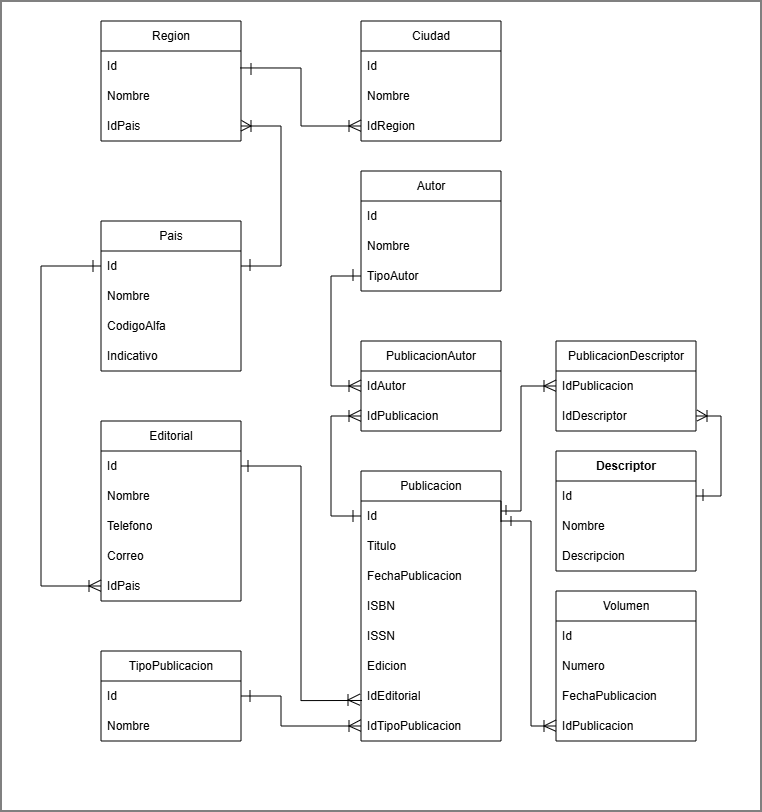
Above: Modelo Relacional.png in hollmer124-rgb/Sistema-de-Informacion-Bibliografica (draw.io), before the change. Source tidied: cells renumbered, new cells last; positions are measured from the earlier drawing's top-left corner, leaving out a move shared by most shapes.
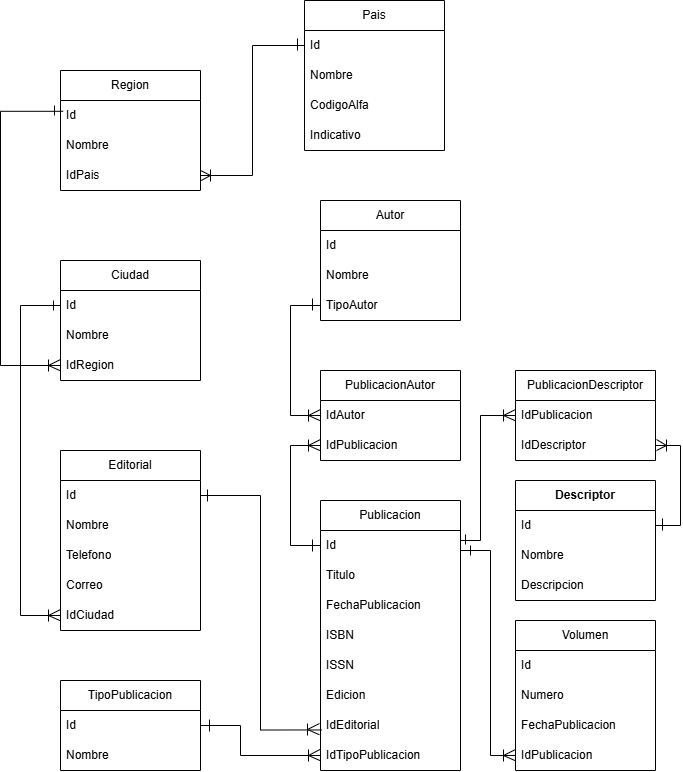
After the change.

What changed in the source:
```diff
@@ -73,11 +73,11 @@
     <mxCell id="21" value="Correo" style="text;strokeColor=none;fillColor=none;align=left;verticalAlign=middle;spacingLeft=4;spacingRight=4;overflow=hidden;whiteSpace=wrap;html=1;" parent="17" vertex="1">
       <mxGeometry y="120" width="140" height="30" as="geometry" />
     </mxCell>
-    <mxCell id="22" value="IdPais" style="text;strokeColor=none;fillColor=none;align=left;verticalAlign=middle;spacingLeft=4;spacingRight=4;overflow=hidden;points=[[0,0.5],[1,0.5]];portConstraint=eastwest;whiteSpace=wrap;html=1;" parent="17" vertex="1">
+    <mxCell id="22" value="IdCiudad" style="text;strokeColor=none;fillColor=none;align=left;verticalAlign=middle;spacingLeft=4;spacingRight=4;overflow=hidden;points=[[0,0.5],[1,0.5]];portConstraint=eastwest;whiteSpace=wrap;html=1;" parent="17" vertex="1">
       <mxGeometry y="150" width="140" height="30" as="geometry" />
     </mxCell>
     <mxCell id="23" value="Pais" style="swimlane;fontStyle=0;horizontal=1;startSize=30;whiteSpace=wrap;html=1;" parent="1" vertex="1">
-      <mxGeometry x="100" y="220" width="140" height="150" as="geometry" />
+      <mxGeometry x="344" y="-30" width="140" height="150" as="geometry" />
     </mxCell>
     <mxCell id="24" value="Id" style="text;strokeColor=none;fillColor=none;align=left;verticalAlign=middle;spacingLeft=4;spacingRight=4;overflow=hidden;points=[[0,0.5],[1,0.5]];portConstraint=eastwest;whiteSpace=wrap;html=1;" parent="23" vertex="1">
       <mxGeometry y="30" width="140" height="30" as="geometry" />
@@ -92,7 +92,7 @@
       <mxGeometry y="120" width="140" height="30" as="geometry" />
     </mxCell>
     <mxCell id="28" value="Region" style="swimlane;fontStyle=0;horizontal=1;startSize=30;whiteSpace=wrap;html=1;" parent="1" vertex="1">
-      <mxGeometry x="100" y="20" width="140" height="120" as="geometry" />
+      <mxGeometry x="100" y="40" width="140" height="120" as="geometry" />
     </mxCell>
     <mxCell id="29" value="Id" style="text;strokeColor=none;fillColor=none;align=left;verticalAlign=middle;spacingLeft=4;spacingRight=4;overflow=hidden;points=[[0,0.5],[1,0.5]];portConstraint=eastwest;whiteSpace=wrap;html=1;" parent="28" vertex="1">
       <mxGeometry y="30" width="140" height="30" as="geometry" />
@@ -103,8 +103,16 @@
     <mxCell id="31" value="IdPais" style="text;strokeColor=none;fillColor=none;align=left;verticalAlign=middle;spacingLeft=4;spacingRight=4;overflow=hidden;points=[[0,0.5],[1,0.5]];portConstraint=eastwest;whiteSpace=wrap;html=1;" parent="28" vertex="1">
       <mxGeometry y="90" width="140" height="30" as="geometry" />
     </mxCell>
+    <mxCell id="94" style="endArrow=none;html=1;rounded=0;entryX=1.003;entryY=0.338;entryDx=0;entryDy=0;entryPerimeter=0;" parent="28" edge="1" target="31">
+      <mxGeometry relative="1" as="geometry">
+        <mxPoint x="140.7" y="110" as="sourcePoint" />
+        <Array as="points">
+          <mxPoint x="150" y="105" />
+        </Array>
+      </mxGeometry>
+    </mxCell>
     <mxCell id="32" value="Ciudad" style="swimlane;fontStyle=0;horizontal=1;startSize=30;whiteSpace=wrap;html=1;" parent="1" vertex="1">
-      <mxGeometry x="360" y="20" width="140" height="120" as="geometry" />
+      <mxGeometry x="100" y="230" width="140" height="120" as="geometry" />
     </mxCell>
     <mxCell id="33" value="Id" style="text;strokeColor=none;fillColor=none;align=left;verticalAlign=middle;spacingLeft=4;spacingRight=4;overflow=hidden;points=[[0,0.5],[1,0.5]];portConstraint=eastwest;whiteSpace=wrap;html=1;" parent="32" vertex="1">
       <mxGeometry y="30" width="140" height="30" as="geometry" />
@@ -218,20 +226,6 @@
         <mxPoint x="347" y="693" as="targetPoint" />
       </mxGeometry>
     </mxCell>
-    <mxCell id="61" style="endArrow=none;html=1;rounded=0;entryX=0;entryY=0.5;entryDx=0;entryDy=0;exitX=0;exitY=0.5;exitDx=0;exitDy=0;edgeStyle=orthogonalEdgeStyle;" parent="1" edge="1" source="22" target="24">
-      <mxGeometry relative="1" as="geometry">
-        <Array as="points">
-          <mxPoint x="40" y="585" />
-          <mxPoint x="40" y="265" />
-        </Array>
-      </mxGeometry>
-    </mxCell>
-    <mxCell id="62" style="endArrow=none;html=1;rounded=0;" parent="1" edge="1">
-      <mxGeometry relative="1" as="geometry">
-        <mxPoint x="92" y="271" as="sourcePoint" />
-        <mxPoint x="92" y="259" as="targetPoint" />
-      </mxGeometry>
-    </mxCell>
     <mxCell id="63" style="endArrow=none;html=1;rounded=0;entryX=-0.001;entryY=0.292;entryDx=0;entryDy=0;entryPerimeter=0;" parent="1" edge="1">
       <mxGeometry relative="1" as="geometry">
         <mxPoint x="99.9" y="590.2" as="sourcePoint" />
@@ -247,58 +241,6 @@
         <mxPoint x="88" y="579" as="targetPoint" />
       </mxGeometry>
     </mxCell>
-    <mxCell id="65" style="endArrow=none;html=1;rounded=0;entryX=1;entryY=0.5;entryDx=0;entryDy=0;exitX=1;exitY=0.5;exitDx=0;exitDy=0;edgeStyle=orthogonalEdgeStyle;" parent="1" edge="1" source="24" target="31">
-      <mxGeometry relative="1" as="geometry">
-        <Array as="points">
-          <mxPoint x="280" y="265" />
-          <mxPoint x="280" y="125" />
-        </Array>
-      </mxGeometry>
-    </mxCell>
-    <mxCell id="66" style="endArrow=none;html=1;rounded=0;" parent="1" edge="1">
-      <mxGeometry relative="1" as="geometry">
-        <mxPoint x="249" y="270" as="sourcePoint" />
-        <mxPoint x="249" y="258" as="targetPoint" />
-      </mxGeometry>
-    </mxCell>
-    <mxCell id="67" style="endArrow=none;html=1;rounded=0;" parent="1" edge="1">
-      <mxGeometry relative="1" as="geometry">
-        <mxPoint x="250" y="131" as="sourcePoint" />
-        <mxPoint x="250" y="119" as="targetPoint" />
-      </mxGeometry>
-    </mxCell>
-    <mxCell id="68" style="endArrow=none;html=1;rounded=0;entryX=1.003;entryY=0.313;entryDx=0;entryDy=0;entryPerimeter=0;" parent="1" edge="1" target="31">
-      <mxGeometry relative="1" as="geometry">
-        <mxPoint x="240" y="130" as="sourcePoint" />
-        <Array as="points">
-          <mxPoint x="250" y="125" />
-        </Array>
-      </mxGeometry>
-    </mxCell>
-    <mxCell id="69" style="endArrow=none;html=1;rounded=0;exitX=0.995;exitY=0.565;exitDx=0;exitDy=0;exitPerimeter=0;entryX=0;entryY=0.5;entryDx=0;entryDy=0;entryPerimeter=0;edgeStyle=orthogonalEdgeStyle;" parent="1" edge="1" source="29" target="35">
-      <mxGeometry relative="1" as="geometry" />
-    </mxCell>
-    <mxCell id="70" style="endArrow=none;html=1;rounded=0;" parent="1" edge="1">
-      <mxGeometry relative="1" as="geometry">
-        <mxPoint x="250" y="74" as="sourcePoint" />
-        <mxPoint x="250" y="62" as="targetPoint" />
-      </mxGeometry>
-    </mxCell>
-    <mxCell id="71" style="endArrow=none;html=1;rounded=0;entryX=-0.001;entryY=0.292;entryDx=0;entryDy=0;entryPerimeter=0;" parent="1" edge="1">
-      <mxGeometry relative="1" as="geometry">
-        <mxPoint x="359.9" y="130.2" as="sourcePoint" />
-        <mxPoint x="360" y="119" as="targetPoint" />
-        <Array as="points">
-          <mxPoint x="348" y="125" />
-        </Array>
-      </mxGeometry>
-    </mxCell>
-    <mxCell id="72" style="endArrow=none;html=1;rounded=0;" parent="1" edge="1">
-      <mxGeometry relative="1" as="geometry">
-        <mxPoint x="348" y="131" as="sourcePoint" />
-        <mxPoint x="348" y="119" as="targetPoint" />
-      </mxGeometry>
-    </mxCell>
     <mxCell id="73" style="endArrow=none;html=1;rounded=0;entryX=0;entryY=0.5;entryDx=0;entryDy=0;exitX=0;exitY=0.5;exitDx=0;exitDy=0;edgeStyle=orthogonalEdgeStyle;" parent="1" edge="1" source="3" target="50">
       <mxGeometry relative="1" as="geometry">
         <Array as="points">
@@ -443,8 +385,63 @@
         <mxPoint x="543" y="719" as="targetPoint" />
       </mxGeometry>
     </mxCell>
-    <mxCell id="93" style="rounded=0;whiteSpace=wrap;html=1;fillColor=none;" parent="1" vertex="1">
-      <mxGeometry width="760" height="810" as="geometry" />
-    </mxCell>
+    <mxCell id="95" style="endArrow=none;html=1;rounded=0;entryX=0;entryY=0.5;entryDx=0;entryDy=0;exitX=0;exitY=0.5;exitDx=0;exitDy=0;edgeStyle=orthogonalEdgeStyle;" parent="1" edge="1" source="22" target="33">
+      <mxGeometry relative="1" as="geometry">
+        <Array as="points">
+          <mxPoint x="60" y="585.2" />
+          <mxPoint x="60" y="274.9" />
+        </Array>
+      </mxGeometry>
+    </mxCell>
+    <mxCell id="96" style="endArrow=none;html=1;rounded=0;" parent="1" edge="1">
+      <mxGeometry relative="1" as="geometry">
+        <mxPoint x="93" y="280" as="sourcePoint" />
+        <mxPoint x="93" y="270" as="targetPoint" />
+      </mxGeometry>
+    </mxCell>
+    <mxCell id="97" style="endArrow=none;html=1;rounded=0;entryX=0;entryY=0.5;entryDx=0;entryDy=0;exitX=1;exitY=0.5;exitDx=0;exitDy=0;edgeStyle=orthogonalEdgeStyle;" parent="1" edge="1" source="31" target="24">
+      <mxGeometry relative="1" as="geometry" />
+    </mxCell>
+    <mxCell id="98" style="endArrow=none;html=1;rounded=0;" parent="1" edge="1">
+      <mxGeometry relative="1" as="geometry">
+        <mxPoint x="337" y="20" as="sourcePoint" />
+        <mxPoint x="337" y="8" as="targetPoint" />
+      </mxGeometry>
+    </mxCell>
+    <mxCell id="99" style="endArrow=none;html=1;rounded=0;" parent="1" edge="1">
+      <mxGeometry relative="1" as="geometry">
+        <mxPoint x="250" y="151" as="sourcePoint" />
+        <mxPoint x="250" y="139" as="targetPoint" />
+      </mxGeometry>
+    </mxCell>
+    <mxCell id="100" style="endArrow=none;html=1;rounded=0;entryX=0.019;entryY=0.36;entryDx=0;entryDy=0;entryPerimeter=0;exitX=0;exitY=0.5;exitDx=0;exitDy=0;edgeStyle=orthogonalEdgeStyle;" parent="1" edge="1" source="35" target="29">
+      <mxGeometry relative="1" as="geometry">
+        <Array as="points">
+          <mxPoint x="40" y="335" />
+          <mxPoint x="40" y="80.8" />
+        </Array>
+      </mxGeometry>
+    </mxCell>
+    <mxCell id="101" style="endArrow=none;html=1;rounded=0;" parent="1" edge="1">
+      <mxGeometry relative="1" as="geometry">
+        <mxPoint x="94" y="85" as="sourcePoint" />
+        <mxPoint x="94" y="75" as="targetPoint" />
+      </mxGeometry>
+    </mxCell>
+    <mxCell id="102" style="endArrow=none;html=1;rounded=0;entryX=-0.001;entryY=0.292;entryDx=0;entryDy=0;entryPerimeter=0;" parent="1" edge="1">
+      <mxGeometry relative="1" as="geometry">
+        <mxPoint x="99.9" y="340.2" as="sourcePoint" />
+        <mxPoint x="100" y="329" as="targetPoint" />
+        <Array as="points">
+          <mxPoint x="88" y="335" />
+        </Array>
+      </mxGeometry>
+    </mxCell>
+    <mxCell id="103" style="endArrow=none;html=1;rounded=0;" parent="1" edge="1">
+      <mxGeometry relative="1" as="geometry">
+        <mxPoint x="88" y="341" as="sourcePoint" />
+        <mxPoint x="88" y="329" as="targetPoint" />
+      </mxGeometry>
+    </mxCell>
   </root>
 </mxGraphModel>
```
